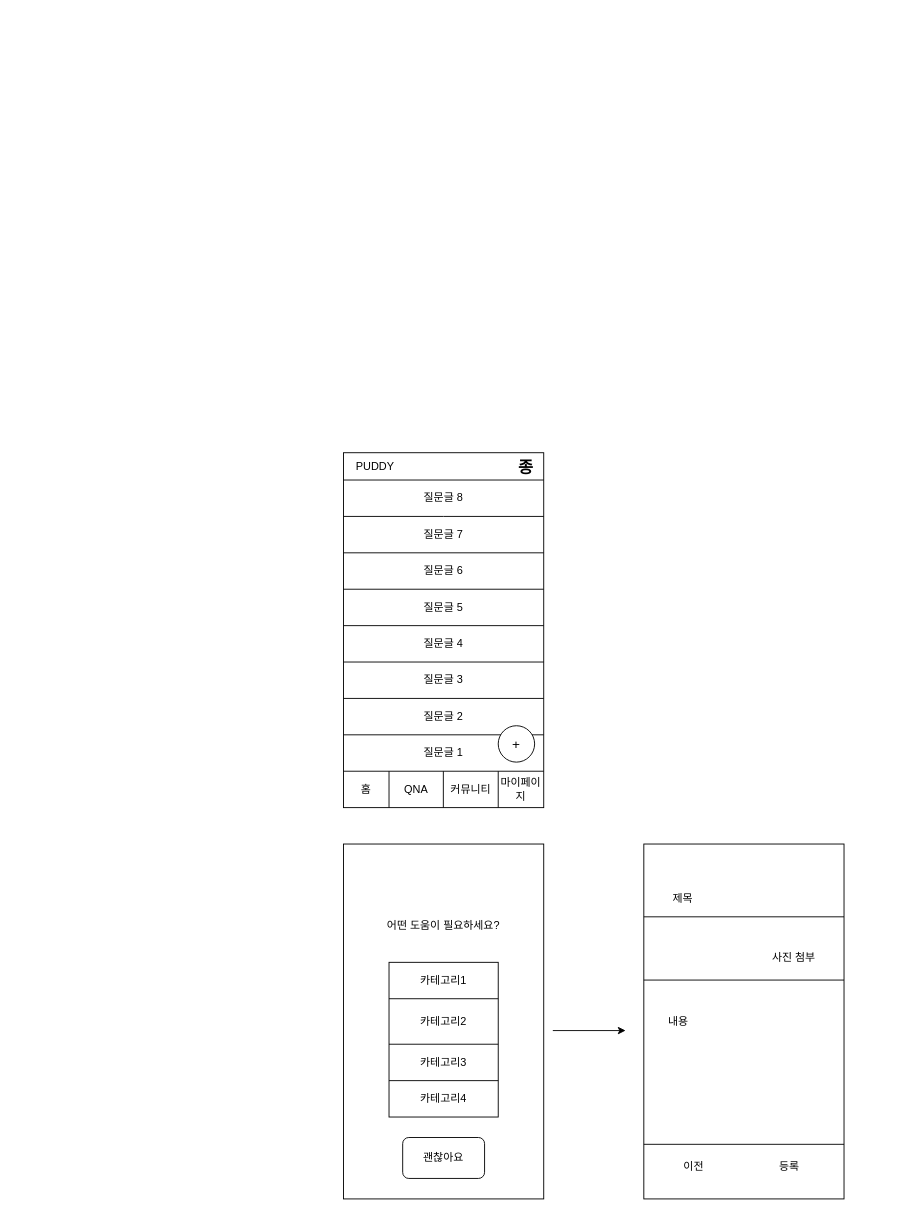
Above: puddy.drawio in waveofmymind/waveofmymind (draw.io), before the change. Source tidied: cells renumbered, new cells numbered last; positions are measured from the earlier drawing's top-left corner, leaving out a move shared by most shapes. Both pictures are drawn from the tidied source at 91%, with x=0, y=0 at pixel (343, 452).
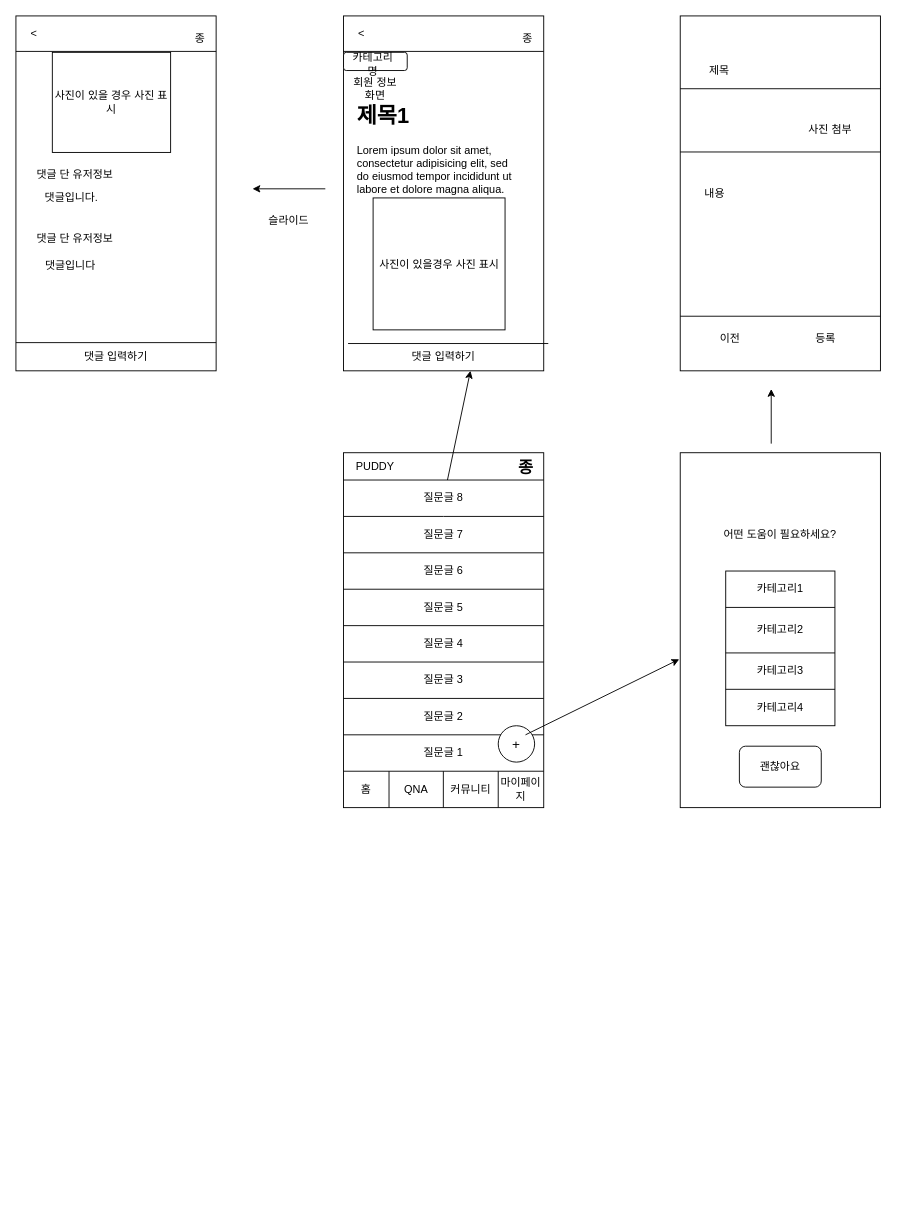
The same diagram, later.

The change refers to these unchanged cells:
```xml
<mxCell id="21" value="질문글 8" style="text;html=1;strokeColor=none;fillColor=none;align=center;verticalAlign=middle;whiteSpace=wrap;rounded=0;" parent="1" vertex="1">
  <mxGeometry y="30" width="220" height="40" as="geometry" />
</mxCell>
<mxCell id="28" value="질문글 1" style="text;html=1;strokeColor=none;fillColor=none;align=center;verticalAlign=middle;whiteSpace=wrap;rounded=0;" parent="1" vertex="1">
  <mxGeometry y="310" width="220" height="40" as="geometry" />
</mxCell>
```

Diff of the diagram source:
```diff
@@
     <mxCell id="30" style="rounded=0;whiteSpace=wrap;html=1;direction=south;" parent="1" vertex="1">
-      <mxGeometry y="430" width="220" height="390" as="geometry" />
+      <mxGeometry x="370" width="220" height="390" as="geometry" />
     </mxCell>
     <mxCell id="31" value="어떤 도움이 필요하세요?" style="text;html=1;strokeColor=none;fillColor=none;align=center;verticalAlign=middle;whiteSpace=wrap;rounded=0;" parent="1" vertex="1">
-      <mxGeometry x="15" y="500" width="190" height="40" as="geometry" />
+      <mxGeometry x="385" y="70" width="190" height="40" as="geometry" />
     </mxCell>
     <mxCell id="32" style="rounded=0;whiteSpace=wrap;html=1;direction=south;" parent="1" vertex="1">
-      <mxGeometry x="50" y="560" width="120" height="170" as="geometry" />
+      <mxGeometry x="420" y="130" width="120" height="170" as="geometry" />
     </mxCell>
     <mxCell id="33" style="endArrow=none;html=1;rounded=0;" parent="1" edge="1">
       <mxGeometry relative="1" as="geometry">
-        <mxPoint x="50" y="600" as="sourcePoint" />
-        <mxPoint x="170" y="600" as="targetPoint" />
+        <mxPoint x="420" y="170" as="sourcePoint" />
+        <mxPoint x="540" y="170" as="targetPoint" />
       </mxGeometry>
     </mxCell>
     <mxCell id="34" style="endArrow=none;html=1;rounded=0;" parent="1" edge="1">
       <mxGeometry relative="1" as="geometry">
-        <mxPoint x="50" y="650" as="sourcePoint" />
-        <mxPoint x="170" y="650" as="targetPoint" />
+        <mxPoint x="420" y="220" as="sourcePoint" />
+        <mxPoint x="540" y="220" as="targetPoint" />
       </mxGeometry>
     </mxCell>
     <mxCell id="35" style="endArrow=none;html=1;rounded=0;" parent="1" edge="1">
       <mxGeometry relative="1" as="geometry">
-        <mxPoint x="50" y="690" as="sourcePoint" />
-        <mxPoint x="170" y="690" as="targetPoint" />
+        <mxPoint x="420" y="260" as="sourcePoint" />
+        <mxPoint x="540" y="260" as="targetPoint" />
       </mxGeometry>
     </mxCell>
     <mxCell id="36" value="카테고리1" style="text;html=1;strokeColor=none;fillColor=none;align=center;verticalAlign=middle;whiteSpace=wrap;rounded=0;" parent="1" vertex="1">
-      <mxGeometry x="50" y="560" width="120" height="40" as="geometry" />
+      <mxGeometry x="420" y="130" width="120" height="40" as="geometry" />
     </mxCell>
     <mxCell id="37" value="카테고리3&lt;br&gt;" style="text;html=1;strokeColor=none;fillColor=none;align=center;verticalAlign=middle;whiteSpace=wrap;rounded=0;" parent="1" vertex="1">
-      <mxGeometry x="50" y="650" width="120" height="40" as="geometry" />
+      <mxGeometry x="420" y="220" width="120" height="40" as="geometry" />
     </mxCell>
     <mxCell id="38" value="카테고리2" style="text;html=1;strokeColor=none;fillColor=none;align=center;verticalAlign=middle;whiteSpace=wrap;rounded=0;" parent="1" vertex="1">
-      <mxGeometry x="50" y="600" width="120" height="50" as="geometry" />
+      <mxGeometry x="420" y="170" width="120" height="50" as="geometry" />
     </mxCell>
     <mxCell id="39" value="카테고리4" style="text;html=1;strokeColor=none;fillColor=none;align=center;verticalAlign=middle;whiteSpace=wrap;rounded=0;" parent="1" vertex="1">
-      <mxGeometry x="50" y="690" width="120" height="40" as="geometry" />
+      <mxGeometry x="420" y="260" width="120" height="40" as="geometry" />
     </mxCell>
     <mxCell id="40" style="endArrow=classic;html=1;rounded=0;" parent="1" edge="1">
       <mxGeometry relative="1" as="geometry">
-        <mxPoint x="230" y="635" as="sourcePoint" />
-        <mxPoint x="310" y="635" as="targetPoint" />
+        <mxPoint x="470" y="-10" as="sourcePoint" />
+        <mxPoint x="470" y="-70" as="targetPoint" />
       </mxGeometry>
     </mxCell>
     <mxCell id="41" style="rounded=0;whiteSpace=wrap;html=1;direction=south;" parent="1" vertex="1">
-      <mxGeometry x="330" y="430" width="220" height="390" as="geometry" />
+      <mxGeometry x="370" y="-480" width="220" height="390" as="geometry" />
     </mxCell>
     <mxCell id="42" value="제목" style="text;html=1;strokeColor=none;fillColor=none;align=left;verticalAlign=middle;whiteSpace=wrap;rounded=0;" parent="1" vertex="1">
-      <mxGeometry x="360" y="470" width="170" height="40" as="geometry" />
+      <mxGeometry x="400" y="-440" width="170" height="40" as="geometry" />
     </mxCell>
     <mxCell id="43" value="내용" style="text;html=1;strokeColor=none;fillColor=none;align=left;verticalAlign=middle;whiteSpace=wrap;rounded=0;" parent="1" vertex="1">
-      <mxGeometry x="355" y="520" width="170" height="210" as="geometry" />
+      <mxGeometry x="395" y="-390" width="170" height="210" as="geometry" />
     </mxCell>
     <mxCell id="44" value="사진 첨부" style="text;html=1;strokeColor=none;fillColor=none;align=center;verticalAlign=middle;whiteSpace=wrap;rounded=0;" parent="1" vertex="1">
-      <mxGeometry x="465" y="540" width="60" height="30" as="geometry" />
+      <mxGeometry x="505" y="-370" width="60" height="30" as="geometry" />
     </mxCell>
     <mxCell id="45" value="등록" style="text;html=1;strokeColor=none;fillColor=none;align=center;verticalAlign=middle;whiteSpace=wrap;rounded=0;" parent="1" vertex="1">
-      <mxGeometry x="460" y="770" width="60" height="30" as="geometry" />
+      <mxGeometry x="500" y="-140" width="60" height="30" as="geometry" />
     </mxCell>
     <mxCell id="46" value="이전" style="text;html=1;strokeColor=none;fillColor=none;align=center;verticalAlign=middle;whiteSpace=wrap;rounded=0;" parent="1" vertex="1">
-      <mxGeometry x="355" y="770" width="60" height="30" as="geometry" />
+      <mxGeometry x="395" y="-140" width="60" height="30" as="geometry" />
     </mxCell>
     <mxCell id="47" style="endArrow=none;html=1;rounded=0;" parent="1" edge="1">
       <mxGeometry relative="1" as="geometry">
-        <mxPoint x="330" y="510" as="sourcePoint" />
-        <mxPoint x="550" y="510" as="targetPoint" />
+        <mxPoint x="370" y="-400" as="sourcePoint" />
+        <mxPoint x="590" y="-400" as="targetPoint" />
       </mxGeometry>
     </mxCell>
     <mxCell id="48" style="endArrow=none;html=1;rounded=0;" parent="1" edge="1">
       <mxGeometry relative="1" as="geometry">
-        <mxPoint x="330" y="579.5" as="sourcePoint" />
-        <mxPoint x="550" y="579.5" as="targetPoint" />
+        <mxPoint x="370" y="-330.5" as="sourcePoint" />
+        <mxPoint x="590" y="-330.5" as="targetPoint" />
       </mxGeometry>
     </mxCell>
     <mxCell id="49" style="endArrow=none;html=1;rounded=0;" parent="1" edge="1">
       <mxGeometry relative="1" as="geometry">
-        <mxPoint x="330" y="760" as="sourcePoint" />
-        <mxPoint x="550" y="760" as="targetPoint" />
+        <mxPoint x="370" y="-150" as="sourcePoint" />
+        <mxPoint x="590" y="-150" as="targetPoint" />
       </mxGeometry>
     </mxCell>
     <mxCell id="50" style="rounded=1;whiteSpace=wrap;html=1;" parent="1" vertex="1">
-      <mxGeometry x="65" y="752.5" width="90" height="45" as="geometry" />
+      <mxGeometry x="435" y="322.5" width="90" height="45" as="geometry" />
     </mxCell>
     <mxCell id="51" value="괜찮아요" style="text;html=1;strokeColor=none;fillColor=none;align=center;verticalAlign=middle;whiteSpace=wrap;rounded=0;" parent="1" vertex="1">
-      <mxGeometry x="80" y="760" width="60" height="30" as="geometry" />
+      <mxGeometry x="450" y="330" width="60" height="30" as="geometry" />
     </mxCell>
+    <mxCell id="52" style="endArrow=classic;html=1;rounded=0;exitX=0.909;exitY=0;exitDx=0;exitDy=0;exitPerimeter=0;entryX=0.582;entryY=1.005;entryDx=0;entryDy=0;entryPerimeter=0;" parent="1" edge="1" source="28" target="30">
+      <mxGeometry relative="1" as="geometry" />
+    </mxCell>
+    <mxCell id="53" style="rounded=0;whiteSpace=wrap;html=1;direction=south;" parent="1" vertex="1">
+      <mxGeometry y="-480" width="220" height="390" as="geometry" />
+    </mxCell>
+    <mxCell id="54" style="endArrow=classic;html=1;rounded=0;" parent="1" edge="1" source="21">
+      <mxGeometry relative="1" as="geometry">
+        <mxPoint x="139.5" y="-90" as="targetPoint" />
+      </mxGeometry>
+    </mxCell>
+    <mxCell id="55" value="&amp;lt;" style="text;html=1;strokeColor=none;fillColor=none;align=center;verticalAlign=middle;whiteSpace=wrap;rounded=0;" parent="1" vertex="1">
+      <mxGeometry y="-480" width="40" height="40" as="geometry" />
+    </mxCell>
+    <mxCell id="56" value="종" style="text;html=1;strokeColor=none;fillColor=none;align=right;verticalAlign=middle;whiteSpace=wrap;rounded=0;" parent="1" vertex="1">
+      <mxGeometry x="150" y="-470" width="60" height="30" as="geometry" />
+    </mxCell>
+    <mxCell id="57" style="endArrow=none;html=1;rounded=0;" parent="1" edge="1">
+      <mxGeometry relative="1" as="geometry">
+        <mxPoint y="-441" as="sourcePoint" />
+        <mxPoint x="220" y="-441" as="targetPoint" />
+      </mxGeometry>
+    </mxCell>
+    <mxCell id="58" style="rounded=1;whiteSpace=wrap;html=1;" parent="1" vertex="1">
+      <mxGeometry y="-440" width="70" height="20" as="geometry" />
+    </mxCell>
+    <mxCell id="59" value="카테고리명" style="text;html=1;strokeColor=none;fillColor=none;align=center;verticalAlign=middle;whiteSpace=wrap;rounded=0;" parent="1" vertex="1">
+      <mxGeometry x="5" y="-435" width="55" height="15" as="geometry" />
+    </mxCell>
+    <mxCell id="60" value="회원 정보 화면" style="text;html=1;strokeColor=none;fillColor=none;align=center;verticalAlign=middle;whiteSpace=wrap;rounded=0;" parent="1" vertex="1">
+      <mxGeometry x="5" y="-420" width="60" height="40" as="geometry" />
+    </mxCell>
+    <mxCell id="61" value="&lt;h1&gt;제목1&lt;/h1&gt;&lt;p&gt;Lorem ipsum dolor sit amet, consectetur adipisicing elit, sed do eiusmod tempor incididunt ut labore et dolore magna aliqua.&lt;/p&gt;" style="text;html=1;strokeColor=none;fillColor=none;spacing=5;spacingTop=-20;whiteSpace=wrap;overflow=hidden;rounded=0;" parent="1" vertex="1">
+      <mxGeometry x="10" y="-390" width="190" height="120" as="geometry" />
+    </mxCell>
+    <mxCell id="62" value="사진이 있을경우 사진 표시" style="whiteSpace=wrap;html=1;" parent="1" vertex="1">
+      <mxGeometry x="32.5" y="-280" width="145" height="145" as="geometry" />
+    </mxCell>
+    <mxCell id="63" style="endArrow=classic;html=1;rounded=0;" parent="1" edge="1">
+      <mxGeometry relative="1" as="geometry">
+        <mxPoint x="-20" y="-290" as="sourcePoint" />
+        <mxPoint x="-100" y="-290" as="targetPoint" />
+      </mxGeometry>
+    </mxCell>
+    <mxCell id="64" style="rounded=0;whiteSpace=wrap;html=1;direction=south;" parent="1" vertex="1">
+      <mxGeometry x="-360" y="-480" width="220" height="390" as="geometry" />
+    </mxCell>
+    <mxCell id="65" value="&amp;lt;" style="text;html=1;strokeColor=none;fillColor=none;align=center;verticalAlign=middle;whiteSpace=wrap;rounded=0;" parent="1" vertex="1">
+      <mxGeometry x="-360" y="-480" width="40" height="40" as="geometry" />
+    </mxCell>
+    <mxCell id="66" value="종" style="text;html=1;strokeColor=none;fillColor=none;align=right;verticalAlign=middle;whiteSpace=wrap;rounded=0;" parent="1" vertex="1">
+      <mxGeometry x="-210" y="-470" width="60" height="30" as="geometry" />
+    </mxCell>
+    <mxCell id="67" style="endArrow=none;html=1;rounded=0;" parent="1" edge="1">
+      <mxGeometry relative="1" as="geometry">
+        <mxPoint x="-360" y="-441" as="sourcePoint" />
+        <mxPoint x="-140" y="-441" as="targetPoint" />
+      </mxGeometry>
+    </mxCell>
+    <mxCell id="68" value="슬라이드" style="text;html=1;strokeColor=none;fillColor=none;align=center;verticalAlign=middle;whiteSpace=wrap;rounded=0;" parent="1" vertex="1">
+      <mxGeometry x="-90" y="-270" width="60" height="30" as="geometry" />
+    </mxCell>
+    <mxCell id="69" value="댓글 단 유저정보" style="text;html=1;strokeColor=none;fillColor=none;align=center;verticalAlign=middle;whiteSpace=wrap;rounded=0;" parent="1" vertex="1">
+      <mxGeometry x="-340" y="-320" width="90" height="30" as="geometry" />
+    </mxCell>
+    <mxCell id="70" style="endArrow=none;html=1;rounded=0;" parent="1" edge="1">
+      <mxGeometry relative="1" as="geometry">
+        <mxPoint x="5" y="-120" as="sourcePoint" />
+        <mxPoint x="225" y="-120" as="targetPoint" />
+      </mxGeometry>
+    </mxCell>
+    <mxCell id="71" value="댓글 입력하기" style="text;html=1;strokeColor=none;fillColor=none;align=center;verticalAlign=middle;whiteSpace=wrap;rounded=0;" parent="1" vertex="1">
+      <mxGeometry y="-120" width="220" height="30" as="geometry" />
+    </mxCell>
+    <mxCell id="72" value="댓글입니다." style="text;html=1;strokeColor=none;fillColor=none;align=left;verticalAlign=middle;whiteSpace=wrap;rounded=0;" parent="1" vertex="1">
+      <mxGeometry x="-330" y="-300" width="147.5" height="40" as="geometry" />
+    </mxCell>
+    <mxCell id="73" value="댓글 단 유저정보" style="text;html=1;strokeColor=none;fillColor=none;align=center;verticalAlign=middle;whiteSpace=wrap;rounded=0;" parent="1" vertex="1">
+      <mxGeometry x="-340" y="-250" width="90" height="30" as="geometry" />
+    </mxCell>
+    <mxCell id="74" value="댓글입니다" style="text;html=1;strokeColor=none;fillColor=none;align=center;verticalAlign=middle;whiteSpace=wrap;rounded=0;" parent="1" vertex="1">
+      <mxGeometry x="-340" y="-220" width="80" height="30" as="geometry" />
+    </mxCell>
+    <mxCell id="75" value="댓글 입력하기" style="text;html=1;strokeColor=none;fillColor=none;align=center;verticalAlign=middle;whiteSpace=wrap;rounded=0;" parent="1" vertex="1">
+      <mxGeometry x="-360" y="-120" width="220" height="30" as="geometry" />
+    </mxCell>
+    <mxCell id="76" style="endArrow=none;html=1;rounded=0;" parent="1" edge="1">
+      <mxGeometry relative="1" as="geometry">
+        <mxPoint x="-360" y="-121" as="sourcePoint" />
+        <mxPoint x="-140" y="-121" as="targetPoint" />
+      </mxGeometry>
+    </mxCell>
+    <mxCell id="77" value="사진이 있을 경우 사진 표시" style="rounded=0;whiteSpace=wrap;html=1;" parent="1" vertex="1">
+      <mxGeometry x="-320" y="-440" width="130" height="110" as="geometry" />
+    </mxCell>
```
